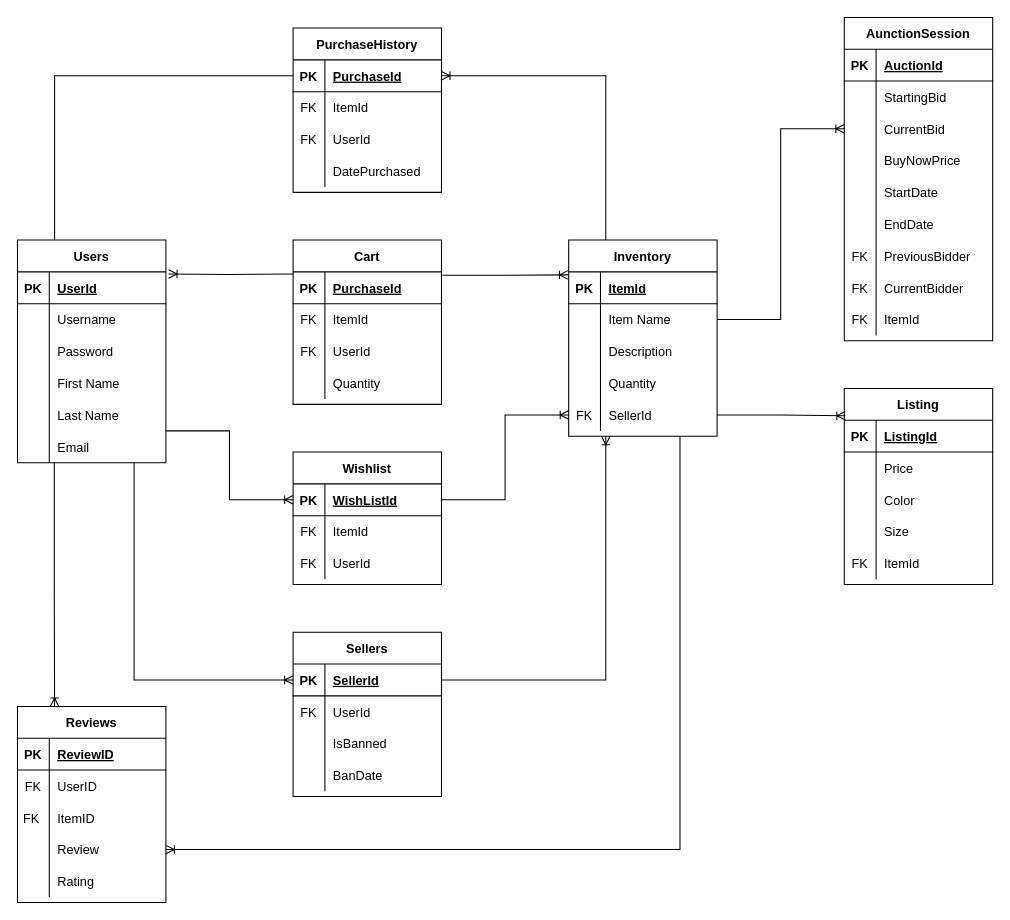
This is Deliverable 2/Shufflewear.drawio from AlvinAlagos/E-CommerceProject, a draw.io file, before an edit. Source tidied: cells renumbered, new cells numbered last; positions are measured from the earlier drawing's top-left corner, leaving out a move shared by most shapes. Both pictures are drawn from the tidied source at 106%, with x=0, y=0 at pixel (17, 17).
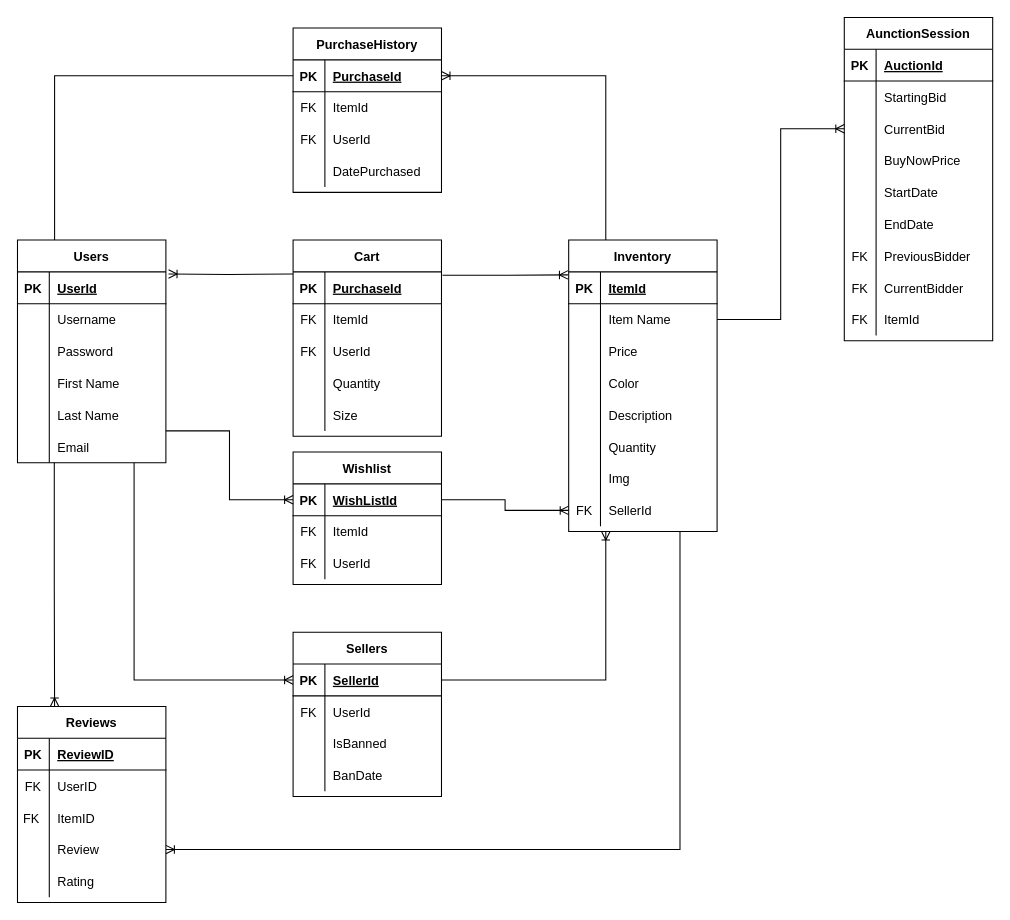
The same page after the edit.

Commit message:
mixed listing and inventory, moved size to cart

The edit, as a diff of the source:
```diff
@@
     <mxCell id="16" value="Inventory" style="shape=table;startSize=30;childLayout=tableLayout;rowLines=0;fontStyle=1;align=center;" parent="1" vertex="1">
-      <mxGeometry x="520" y="210" width="140" height="185" as="geometry" />
+      <mxGeometry x="520" y="210" width="140" height="275" as="geometry" />
     </mxCell>
@@
+    <mxCell id="147" style="shape=partialRectangle;fillColor=none;top=0;left=0;right=0;bottom=0;" parent="16" vertex="1">
+      <mxGeometry y="90" width="140" height="30" as="geometry" />
+    </mxCell>
+    <mxCell id="158" style="shape=partialRectangle;overflow=hidden;fillColor=none;top=0;left=0;bottom=0;right=0;" parent="147" vertex="1">
+      <mxGeometry width="30" height="30" as="geometry" />
+    </mxCell>
+    <mxCell id="146" value="Price" style="shape=partialRectangle;overflow=hidden;fillColor=none;top=0;left=0;bottom=0;right=0;align=left;spacingLeft=6;" parent="147" vertex="1">
+      <mxGeometry x="30" width="110" height="30" as="geometry" />
+    </mxCell>
+    <mxCell id="150" style="shape=partialRectangle;fillColor=none;top=0;left=0;right=0;bottom=0;" parent="16" vertex="1">
+      <mxGeometry y="120" width="140" height="30" as="geometry" />
+    </mxCell>
+    <mxCell id="159" style="shape=partialRectangle;overflow=hidden;fillColor=none;top=0;left=0;bottom=0;right=0;" parent="150" vertex="1">
+      <mxGeometry width="30" height="30" as="geometry" />
+    </mxCell>
+    <mxCell id="149" value="Color" style="shape=partialRectangle;overflow=hidden;fillColor=none;top=0;left=0;bottom=0;right=0;align=left;spacingLeft=6;" parent="150" vertex="1">
+      <mxGeometry x="30" width="110" height="30" as="geometry" />
+    </mxCell>
     <mxCell id="23" style="shape=partialRectangle;fillColor=none;top=0;left=0;right=0;bottom=0;" parent="16" vertex="1">
-      <mxGeometry y="90" width="140" height="30" as="geometry" />
+      <mxGeometry y="150" width="140" height="30" as="geometry" />
     </mxCell>
@@
     <mxCell id="26" style="shape=partialRectangle;fillColor=none;top=0;left=0;right=0;bottom=0;" parent="16" vertex="1">
-      <mxGeometry y="120" width="140" height="30" as="geometry" />
+      <mxGeometry y="180" width="140" height="30" as="geometry" />
     </mxCell>
@@
+    <mxCell id="160" style="shape=partialRectangle;fillColor=none;top=0;left=0;right=0;bottom=0;" parent="16" vertex="1">
+      <mxGeometry y="210" width="140" height="30" as="geometry" />
+    </mxCell>
+    <mxCell id="161" style="shape=partialRectangle;overflow=hidden;fillColor=none;top=0;left=0;bottom=0;right=0;" parent="160" vertex="1">
+      <mxGeometry width="30" height="30" as="geometry" />
+    </mxCell>
+    <mxCell id="162" value="Img" style="shape=partialRectangle;overflow=hidden;fillColor=none;top=0;left=0;bottom=0;right=0;align=left;spacingLeft=6;" parent="160" vertex="1">
+      <mxGeometry x="30" width="110" height="30" as="geometry" />
+    </mxCell>
     <mxCell id="29" style="shape=partialRectangle;fillColor=none;points=[[0,0.5],[1,0.5]];portConstraint=eastwest;top=0;left=0;right=0;bottom=0;" parent="16" vertex="1">
-      <mxGeometry y="150" width="140" height="30" as="geometry" />
+      <mxGeometry y="240" width="140" height="30" as="geometry" />
     </mxCell>
@@
     <mxCell id="53" value="Cart" style="shape=table;startSize=30;childLayout=tableLayout;rowLines=0;fontStyle=1;align=center;" parent="1" vertex="1">
-      <mxGeometry x="260" y="210" width="140" height="155" as="geometry" />
+      <mxGeometry x="260" y="210" width="140" height="185" as="geometry" />
     </mxCell>
@@
+    <mxCell id="153" style="shape=partialRectangle;fillColor=none;top=0;left=0;right=0;bottom=0;" parent="53" vertex="1">
+      <mxGeometry y="150" width="140" height="30" as="geometry" />
+    </mxCell>
+    <mxCell id="163" style="shape=partialRectangle;overflow=hidden;fillColor=none;top=0;left=0;bottom=0;right=0;" parent="153" vertex="1">
+      <mxGeometry width="30" height="30" as="geometry" />
+    </mxCell>
+    <mxCell id="152" value="Size" style="shape=partialRectangle;overflow=hidden;fillColor=none;top=0;left=0;bottom=0;right=0;align=left;spacingLeft=6;" parent="153" vertex="1">
+      <mxGeometry x="30" width="110" height="30" as="geometry" />
+    </mxCell>
@@
-    <mxCell id="140" value="Listing" style="shape=table;startSize=30;childLayout=tableLayout;rowLines=0;fontStyle=1;align=center;" parent="1" vertex="1">
-      <mxGeometry x="780" y="350" width="140" height="185" as="geometry" />
-    </mxCell>
-    <mxCell id="141" style="shape=partialRectangle;fillColor=none;points=[[0,0.5],[1,0.5]];portConstraint=eastwest;top=0;left=0;right=0;bottom=1;" parent="140" vertex="1">
-      <mxGeometry y="30" width="140" height="30" as="geometry" />
-    </mxCell>
-    <mxCell id="142" value="PK" style="shape=partialRectangle;overflow=hidden;fillColor=none;top=0;left=0;bottom=0;right=0;fontStyle=1;" parent="141" vertex="1">
-      <mxGeometry width="30" height="30" as="geometry" />
-    </mxCell>
-    <mxCell id="143" value="ListingId" style="shape=partialRectangle;overflow=hidden;fillColor=none;top=0;left=0;bottom=0;right=0;align=left;spacingLeft=6;fontStyle=5;" parent="141" vertex="1">
-      <mxGeometry x="30" width="110" height="30" as="geometry" />
-    </mxCell>
-    <mxCell id="144" style="shape=partialRectangle;fillColor=none;top=0;left=0;right=0;bottom=0;" parent="140" vertex="1">
-      <mxGeometry y="60" width="140" height="30" as="geometry" />
-    </mxCell>
-    <mxCell id="145" style="shape=partialRectangle;overflow=hidden;fillColor=none;top=0;left=0;bottom=0;right=0;" parent="144" vertex="1">
-      <mxGeometry width="30" height="30" as="geometry" />
-    </mxCell>
-    <mxCell id="146" value="Price" style="shape=partialRectangle;overflow=hidden;fillColor=none;top=0;left=0;bottom=0;right=0;align=left;spacingLeft=6;" parent="144" vertex="1">
-      <mxGeometry x="30" width="110" height="30" as="geometry" />
-    </mxCell>
-    <mxCell id="147" style="shape=partialRectangle;fillColor=none;top=0;left=0;right=0;bottom=0;" parent="140" vertex="1">
-      <mxGeometry y="90" width="140" height="30" as="geometry" />
-    </mxCell>
-    <mxCell id="148" style="shape=partialRectangle;overflow=hidden;fillColor=none;top=0;left=0;bottom=0;right=0;" parent="147" vertex="1">
-      <mxGeometry width="30" height="30" as="geometry" />
-    </mxCell>
-    <mxCell id="149" value="Color" style="shape=partialRectangle;overflow=hidden;fillColor=none;top=0;left=0;bottom=0;right=0;align=left;spacingLeft=6;" parent="147" vertex="1">
-      <mxGeometry x="30" width="110" height="30" as="geometry" />
-    </mxCell>
-    <mxCell id="150" style="shape=partialRectangle;fillColor=none;top=0;left=0;right=0;bottom=0;" parent="140" vertex="1">
-      <mxGeometry y="120" width="140" height="30" as="geometry" />
-    </mxCell>
-    <mxCell id="151" style="shape=partialRectangle;overflow=hidden;fillColor=none;top=0;left=0;bottom=0;right=0;" parent="150" vertex="1">
-      <mxGeometry width="30" height="30" as="geometry" />
-    </mxCell>
-    <mxCell id="152" value="Size" style="shape=partialRectangle;overflow=hidden;fillColor=none;top=0;left=0;bottom=0;right=0;align=left;spacingLeft=6;" parent="150" vertex="1">
-      <mxGeometry x="30" width="110" height="30" as="geometry" />
-    </mxCell>
-    <mxCell id="153" style="shape=partialRectangle;fillColor=none;top=0;left=0;right=0;bottom=0;" parent="140" vertex="1">
-      <mxGeometry y="150" width="140" height="30" as="geometry" />
-    </mxCell>
-    <mxCell id="154" value="FK" style="shape=partialRectangle;overflow=hidden;fillColor=none;top=0;left=0;bottom=0;right=0;" parent="153" vertex="1">
-      <mxGeometry width="30" height="30" as="geometry" />
-    </mxCell>
-    <mxCell id="155" value="ItemId" style="shape=partialRectangle;overflow=hidden;fillColor=none;top=0;left=0;bottom=0;right=0;align=left;spacingLeft=6;" parent="153" vertex="1">
-      <mxGeometry x="30" width="110" height="30" as="geometry" />
-    </mxCell>
-    <mxCell id="156" style="edgeStyle=orthogonalEdgeStyle;rounded=0;jettySize=auto;html=1;entryX=0.007;entryY=-0.143;entryDx=0;entryDy=0;startArrow=none;startFill=0;endArrow=ERoneToMany;endFill=0;entryPerimeter=0;" parent="1" edge="1" source="29" target="141">
-      <mxGeometry relative="1" as="geometry" />
-    </mxCell>
```
